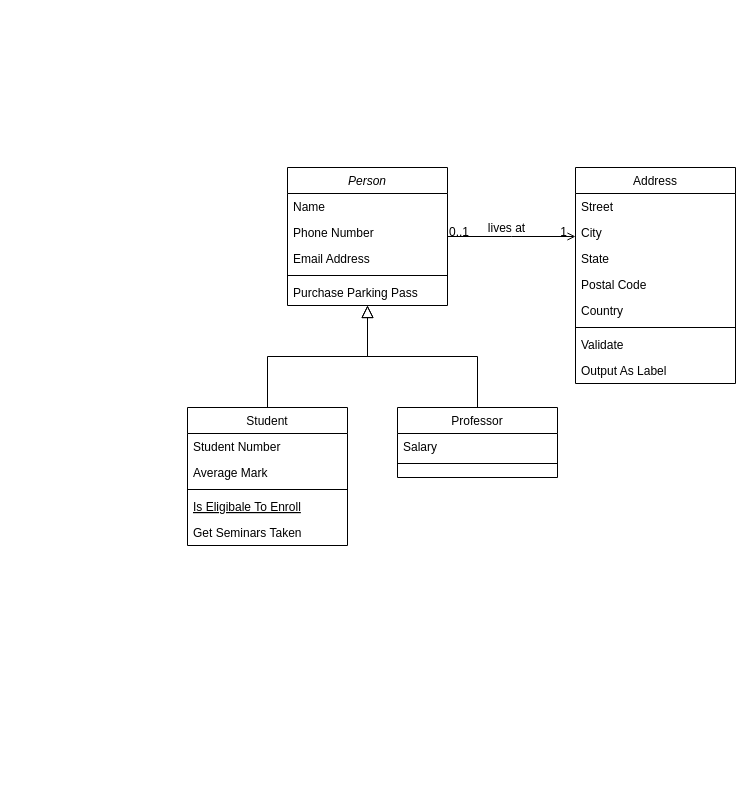
Above: Spectral_lines.drawio in AnthonyHackney888/UMLs (draw.io), before the change. Source tidied: cells renumbered, new cells numbered last; positions are measured from the earlier drawing's top-left corner, leaving out a move shared by most shapes. Both pictures are drawn from the tidied source at 100%, with x=0, y=0 at pixel (187, 167).
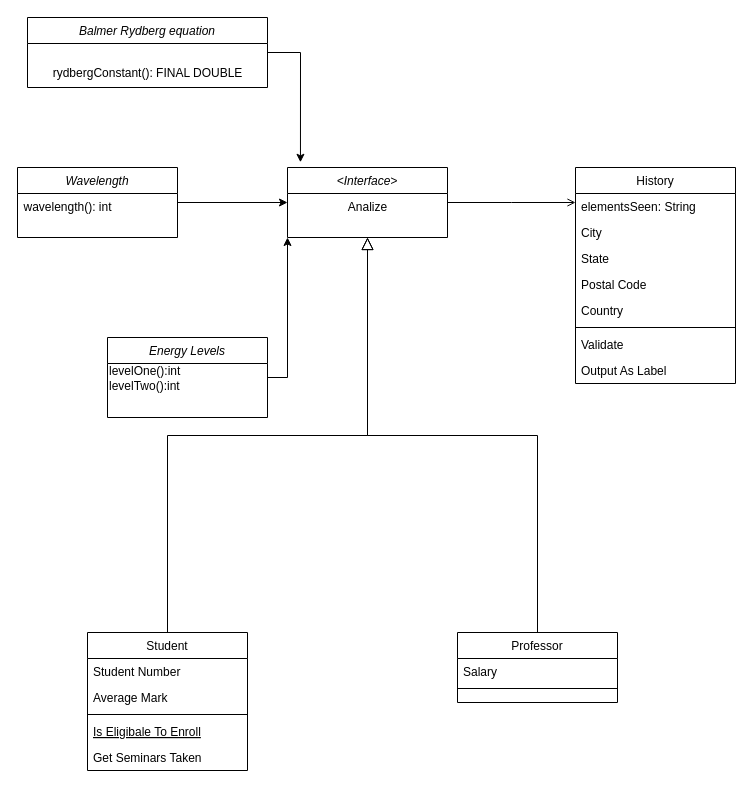
The same page after the edit.

Unchanged cells that the change refers to:
```xml
<mxCell id="28" style="endArrow=open;shadow=0;strokeWidth=1;rounded=0;endFill=1;edgeStyle=elbowEdgeStyle;elbow=vertical;" parent="1" edge="1" source="2" target="19">
  <mxGeometry x="0.5" y="41" relative="1" as="geometry">
    <mxPoint x="-40" y="32" as="offset" />
  </mxGeometry>
</mxCell>
```

Change to the diagram source:
```diff
@@
-    <mxCell id="2" value="Person" style="swimlane;fontStyle=2;align=center;verticalAlign=top;horizontal=1;startSize=26;rounded=0;shadow=0;strokeWidth=1;" parent="1" vertex="1">
-      <mxGeometry x="100" width="160" height="138" as="geometry" />
+    <mxCell id="2" value="&lt;Interface&gt;" style="swimlane;fontStyle=2;align=center;verticalAlign=top;horizontal=1;startSize=26;rounded=0;shadow=0;strokeWidth=1;" parent="1" vertex="1">
+      <mxGeometry x="100" width="160" height="70" as="geometry" />
     </mxCell>
-    <mxCell id="3" value="Name" style="text;align=left;verticalAlign=top;spacingLeft=4;spacingRight=4;overflow=hidden;" parent="2" vertex="1">
-      <mxGeometry y="26" width="160" height="26" as="geometry" />
-    </mxCell>
-    <mxCell id="4" value="Phone Number" style="text;align=left;verticalAlign=top;spacingLeft=4;spacingRight=4;overflow=hidden;rounded=0;shadow=0;html=0;" parent="2" vertex="1">
-      <mxGeometry y="52" width="160" height="26" as="geometry" />
-    </mxCell>
-    <mxCell id="5" value="Email Address" style="text;align=left;verticalAlign=top;spacingLeft=4;spacingRight=4;overflow=hidden;rounded=0;shadow=0;html=0;" parent="2" vertex="1">
-      <mxGeometry y="78" width="160" height="26" as="geometry" />
-    </mxCell>
-    <mxCell id="6" style="line;html=1;strokeWidth=1;align=left;verticalAlign=middle;spacingTop=-1;spacingLeft=3;spacingRight=3;labelPosition=right;" parent="2" vertex="1">
-      <mxGeometry y="104" width="160" height="8" as="geometry" />
-    </mxCell>
-    <mxCell id="7" value="Purchase Parking Pass" style="text;align=left;verticalAlign=top;spacingLeft=4;spacingRight=4;overflow=hidden;" parent="2" vertex="1">
-      <mxGeometry y="112" width="160" height="26" as="geometry" />
-    </mxCell>
     <mxCell id="8" value="Student" style="swimlane;fontStyle=0;align=center;verticalAlign=top;horizontal=1;startSize=26;rounded=0;shadow=0;strokeWidth=1;" parent="1" vertex="1">
-      <mxGeometry y="240" width="160" height="138" as="geometry" />
+      <mxGeometry x="-100" y="465" width="160" height="138" as="geometry" />
     </mxCell>
@@
     <mxCell id="15" value="Professor" style="swimlane;fontStyle=0;align=center;verticalAlign=top;horizontal=1;startSize=26;rounded=0;shadow=0;strokeWidth=1;" parent="1" vertex="1">
-      <mxGeometry x="210" y="240" width="160" height="70" as="geometry" />
+      <mxGeometry x="270" y="465" width="160" height="70" as="geometry" />
     </mxCell>
@@
-    <mxCell id="19" value="Address" style="swimlane;fontStyle=0;align=center;verticalAlign=top;horizontal=1;startSize=26;rounded=0;shadow=0;strokeWidth=1;" parent="1" vertex="1">
+    <mxCell id="19" value="History" style="swimlane;fontStyle=0;align=center;verticalAlign=top;horizontal=1;startSize=26;rounded=0;shadow=0;strokeWidth=1;" parent="1" vertex="1">
       <mxGeometry x="388" width="160" height="216" as="geometry" />
     </mxCell>
-    <mxCell id="20" value="Street" style="text;align=left;verticalAlign=top;spacingLeft=4;spacingRight=4;overflow=hidden;" parent="19" vertex="1">
+    <mxCell id="20" value="elementsSeen: String" style="text;align=left;verticalAlign=top;spacingLeft=4;spacingRight=4;overflow=hidden;" parent="19" vertex="1">
       <mxGeometry y="26" width="160" height="26" as="geometry" />
     </mxCell>
@@
-    <mxCell id="29" value="0..1" style="align=left;verticalAlign=bottom;labelBackgroundColor=none;fontSize=12;" parent="28" vertex="1">
-      <mxGeometry x="-1" relative="1" as="geometry">
-        <mxPoint y="4" as="offset" />
-      </mxGeometry>
-    </mxCell>
-    <mxCell id="30" value="1" style="align=right;verticalAlign=bottom;labelBackgroundColor=none;fontSize=12;" parent="28" vertex="1">
-      <mxGeometry x="1" relative="1" as="geometry">
-        <mxPoint x="-7" y="4" as="offset" />
-      </mxGeometry>
-    </mxCell>
-    <mxCell id="31" value="lives at" style="text;html=1;align=center;verticalAlign=middle;labelBackgroundColor=none;rounded=0;shadow=0;strokeWidth=1;fontSize=12;" parent="28" vertex="1">
-      <mxGeometry x="0.5" y="49" relative="1" as="geometry">
-        <mxPoint x="-38" y="40" as="offset" />
-      </mxGeometry>
-    </mxCell>
+    <mxCell id="32" style="edgeStyle=orthogonalEdgeStyle;rounded=0;jettySize=auto;html=1;exitX=1;exitY=0.5;exitDx=0;exitDy=0;entryX=0.081;entryY=-0.075;entryDx=0;entryDy=0;entryPerimeter=0;" parent="1" edge="1" source="33" target="2">
+      <mxGeometry relative="1" as="geometry" />
+    </mxCell>
+    <mxCell id="33" value="Balmer Rydberg equation" style="swimlane;fontStyle=2;align=center;verticalAlign=top;horizontal=1;startSize=26;rounded=0;shadow=0;strokeWidth=1;" parent="1" vertex="1">
+      <mxGeometry x="-160" y="-150" width="240" height="70" as="geometry" />
+    </mxCell>
+    <mxCell id="34" value="&lt;div align=&quot;left&quot;&gt;&lt;br&gt;&lt;/div&gt;" style="text;html=1;align=left;verticalAlign=middle;" parent="33" vertex="1">
+      <mxGeometry y="26" width="240" height="20" as="geometry" />
+    </mxCell>
+    <mxCell id="35" value="rydbergConstant(): FINAL DOUBLE" style="text;html=1;align=center;verticalAlign=middle;" parent="33" vertex="1">
+      <mxGeometry y="46" width="240" height="20" as="geometry" />
+    </mxCell>
+    <mxCell id="36" style="edgeStyle=orthogonalEdgeStyle;rounded=0;jettySize=auto;html=1;exitX=1;exitY=0.5;exitDx=0;exitDy=0;entryX=0;entryY=0.5;entryDx=0;entryDy=0;" parent="1" edge="1" source="37" target="2">
+      <mxGeometry relative="1" as="geometry" />
+    </mxCell>
+    <mxCell id="37" value="Wavelength" style="swimlane;fontStyle=2;align=center;verticalAlign=top;horizontal=1;startSize=26;rounded=0;shadow=0;strokeWidth=1;" parent="1" vertex="1">
+      <mxGeometry x="-170" width="160" height="70" as="geometry" />
+    </mxCell>
+    <mxCell id="38" style="edgeStyle=orthogonalEdgeStyle;rounded=0;jettySize=auto;html=1;exitX=1;exitY=0.5;exitDx=0;exitDy=0;entryX=0;entryY=1;entryDx=0;entryDy=0;" parent="1" edge="1" source="39" target="2">
+      <mxGeometry relative="1" as="geometry" />
+    </mxCell>
+    <mxCell id="39" value="Energy Levels" style="swimlane;fontStyle=2;align=center;verticalAlign=top;horizontal=1;startSize=26;rounded=0;shadow=0;strokeWidth=1;" parent="1" vertex="1">
+      <mxGeometry x="-80" y="170" width="160" height="80" as="geometry" />
+    </mxCell>
+    <mxCell id="40" value="&lt;div&gt;levelOne():int&lt;/div&gt;&lt;div&gt;levelTwo():int&lt;br&gt;&lt;/div&gt;" style="text;html=1;align=left;verticalAlign=middle;" parent="39" vertex="1">
+      <mxGeometry y="26" width="160" height="30" as="geometry" />
+    </mxCell>
+    <mxCell id="41" value="Analize" style="text;html=1;align=center;verticalAlign=middle;" parent="1" vertex="1">
+      <mxGeometry x="155" y="30" width="50" height="20" as="geometry" />
+    </mxCell>
+    <mxCell id="42" value="wavelength(): int" style="text;html=1;align=center;verticalAlign=middle;" parent="1" vertex="1">
+      <mxGeometry x="-170" y="30" width="100" height="20" as="geometry" />
+    </mxCell>
```
